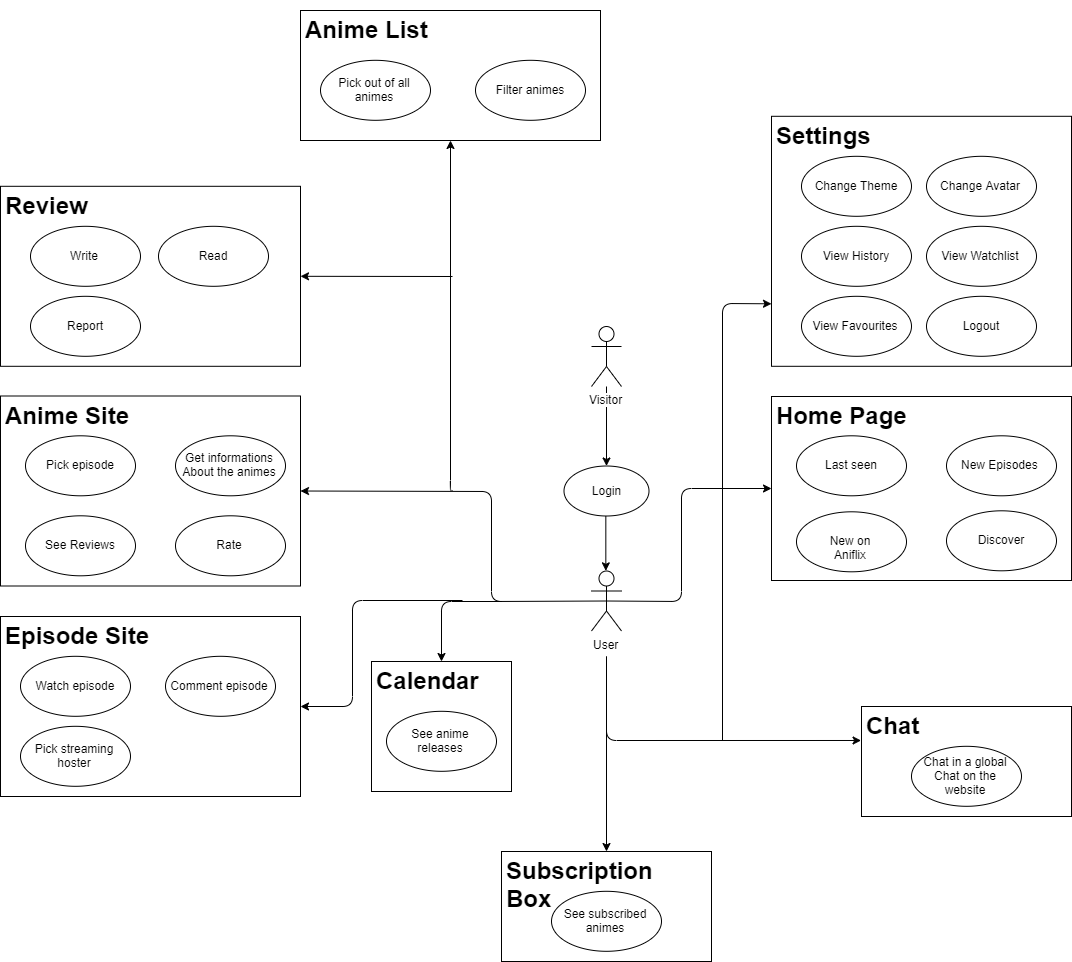
Earlier version of the draw.io export docs/UCD_1_23.png (jdk-21/Aniflix-App). Source tidied: cells renumbered, new cells last; positions are measured from the earlier drawing's top-left corner, leaving out a move shared by most shapes.
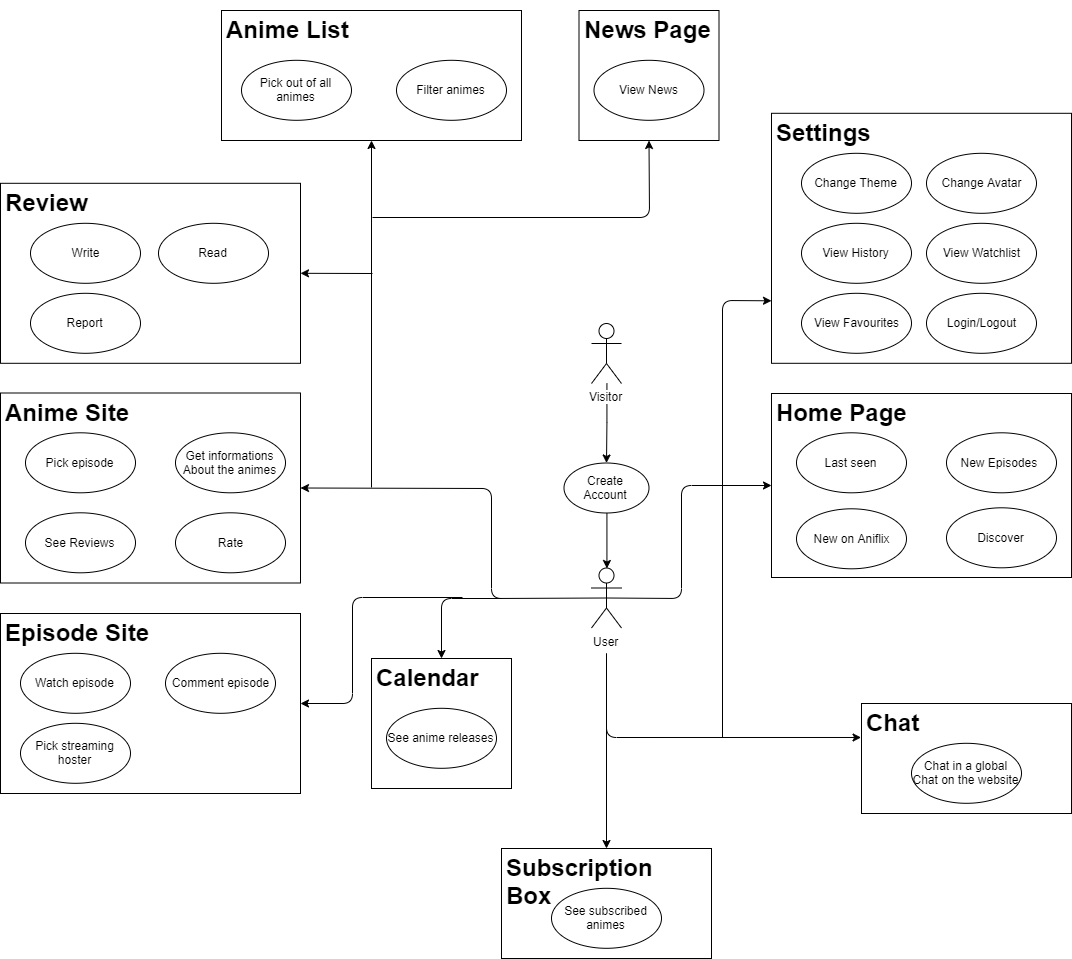
After the change.

What changed in the source:
```diff
@@ -14,7 +14,7 @@
     <mxCell id="5" style="edgeStyle=orthogonalEdgeStyle;rounded=0;jettySize=auto;html=1;exitX=0.5;exitY=1;exitDx=0;exitDy=0;entryX=0.5;entryY=0;entryDx=0;entryDy=0;entryPerimeter=0;" parent="1" edge="1" source="6" target="4">
       <mxGeometry relative="1" as="geometry" />
     </mxCell>
-    <mxCell id="6" value="Login" style="ellipse;whiteSpace=wrap;html=1;" parent="1" vertex="1">
+    <mxCell id="6" value="Create Account" style="ellipse;whiteSpace=wrap;html=1;" parent="1" vertex="1">
       <mxGeometry x="563.5" y="455.5" width="85" height="50" as="geometry" />
     </mxCell>
     <mxCell id="7" value="&lt;h1&gt;Settings&lt;/h1&gt;" style="text;html=1;strokeColor=#000000;fillColor=none;spacing=5;spacingTop=-20;whiteSpace=wrap;overflow=hidden;rounded=0;" parent="1" vertex="1">
@@ -35,7 +35,7 @@
     <mxCell id="12" value="View Favourites" style="ellipse;whiteSpace=wrap;html=1;" parent="1" vertex="1">
       <mxGeometry x="801" y="285.8" width="110" height="60" as="geometry" />
     </mxCell>
-    <mxCell id="13" value="Logout" style="ellipse;whiteSpace=wrap;html=1;" parent="1" vertex="1">
+    <mxCell id="13" value="Login/Logout" style="ellipse;whiteSpace=wrap;html=1;" parent="1" vertex="1">
       <mxGeometry x="926" y="285.8" width="110" height="60" as="geometry" />
     </mxCell>
     <mxCell id="14" value="&lt;h1&gt;Home Page&lt;/h1&gt;" style="text;html=1;strokeColor=#000000;fillColor=none;spacing=5;spacingTop=-20;whiteSpace=wrap;overflow=hidden;rounded=0;" parent="1" vertex="1">
@@ -78,13 +78,13 @@
       <mxGeometry x="158" y="215.8" width="110" height="60" as="geometry" />
     </mxCell>
     <mxCell id="27" value="&lt;h1&gt;Anime List&lt;/h1&gt;" style="text;html=1;strokeColor=#000000;fillColor=none;spacing=5;spacingTop=-20;whiteSpace=wrap;overflow=hidden;rounded=0;" parent="1" vertex="1">
-      <mxGeometry x="300" width="300" height="130" as="geometry" />
+      <mxGeometry x="221" y="3" width="300" height="130" as="geometry" />
     </mxCell>
     <mxCell id="28" value="Filter animes" style="ellipse;whiteSpace=wrap;html=1;strokeColor=#000000;" parent="1" vertex="1">
-      <mxGeometry x="475" y="49.8" width="110" height="60" as="geometry" />
+      <mxGeometry x="396" y="52.8" width="110" height="60" as="geometry" />
     </mxCell>
     <mxCell id="29" value="Pick out of all animes" style="ellipse;whiteSpace=wrap;html=1;strokeColor=#000000;" parent="1" vertex="1">
-      <mxGeometry x="320" y="49.8" width="110" height="60" as="geometry" />
+      <mxGeometry x="241" y="52.8" width="110" height="60" as="geometry" />
     </mxCell>
     <mxCell id="30" value="&lt;h1&gt;Calendar&lt;/h1&gt;" style="text;html=1;strokeColor=#000000;fillColor=none;spacing=5;spacingTop=-20;whiteSpace=wrap;overflow=hidden;rounded=0;" parent="1" vertex="1">
       <mxGeometry x="371" y="651" width="140" height="130" as="geometry" />
@@ -156,14 +156,6 @@
         </Array>
       </mxGeometry>
     </mxCell>
-    <mxCell id="46" style="endArrow=classic;html=1;entryX=0.5;entryY=1;entryDx=0;entryDy=0;" parent="1" edge="1" target="27">
-      <mxGeometry relative="1" as="geometry">
-        <mxPoint x="452" y="480" as="sourcePoint" />
-        <Array as="points">
-          <mxPoint x="450" y="480" />
-        </Array>
-      </mxGeometry>
-    </mxCell>
     <mxCell id="47" style="endArrow=classic;html=1;entryX=0;entryY=0.75;entryDx=0;entryDy=0;" parent="1" edge="1" target="7">
       <mxGeometry relative="1" as="geometry">
         <mxPoint x="722" y="730" as="sourcePoint" />
@@ -174,7 +166,7 @@
     </mxCell>
     <mxCell id="48" style="endArrow=classic;html=1;entryX=1;entryY=0.5;entryDx=0;entryDy=0;" parent="1" edge="1" target="23">
       <mxGeometry relative="1" as="geometry">
-        <mxPoint x="452" y="266" as="sourcePoint" />
+        <mxPoint x="372" y="266" as="sourcePoint" />
       </mxGeometry>
     </mxCell>
     <mxCell id="49" style="endArrow=classic;html=1;entryX=1;entryY=0.5;entryDx=0;entryDy=0;" parent="1" edge="1" target="32">
@@ -186,5 +178,24 @@
         </Array>
       </mxGeometry>
     </mxCell>
+    <mxCell id="50" value="&lt;h1&gt;News Page&lt;/h1&gt;" style="text;html=1;strokeColor=#000000;fillColor=none;spacing=5;spacingTop=-20;whiteSpace=wrap;overflow=hidden;rounded=0;" parent="1" vertex="1">
+      <mxGeometry x="578.5" y="3" width="140" height="130" as="geometry" />
+    </mxCell>
+    <mxCell id="51" value="View News" style="ellipse;whiteSpace=wrap;html=1;strokeColor=#000000;" parent="1" vertex="1">
+      <mxGeometry x="593.5" y="52.8" width="110" height="60" as="geometry" />
+    </mxCell>
+    <mxCell id="52" style="endArrow=classic;html=1;entryX=0.5;entryY=1;entryDx=0;entryDy=0;" parent="1" edge="1" target="27">
+      <mxGeometry relative="1" as="geometry">
+        <mxPoint x="371" y="480" as="sourcePoint" />
+      </mxGeometry>
+    </mxCell>
+    <mxCell id="53" style="endArrow=classic;html=1;entryX=0.5;entryY=1;entryDx=0;entryDy=0;" parent="1" edge="1" target="50">
+      <mxGeometry relative="1" as="geometry">
+        <mxPoint x="372" y="210" as="sourcePoint" />
+        <Array as="points">
+          <mxPoint x="649" y="210" />
+        </Array>
+      </mxGeometry>
+    </mxCell>
   </root>
 </mxGraphModel>
```
